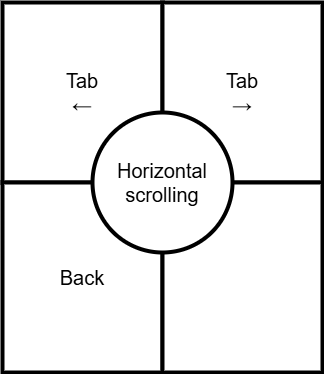
The draw.io diagram img/slimblade_Right_lower.dio.png in saitoperf/autohotkey, before a commit. Source tidied: cells renumbered, new cells last; positions are measured from the earlier drawing's top-left corner, leaving out a move shared by most shapes. Source of this version:
```xml
<mxGraphModel>
  <root>
    <mxCell id="0" />
    <mxCell id="1" parent="0" />
    <mxCell id="2" value="Tab&lt;br&gt;←" style="rounded=0;whiteSpace=wrap;fillColor=light-dark(#FFFFFF,#CC0000);strokeWidth=4;fontSize=20;html=1;" parent="1" vertex="1">
      <mxGeometry width="160" height="180" as="geometry" />
    </mxCell>
    <mxCell id="3" value="Back" style="rounded=0;whiteSpace=wrap;fillColor=light-dark(#FFFFFF,#CC0000);strokeWidth=4;fontSize=20;html=1;" parent="1" vertex="1">
      <mxGeometry y="180" width="160" height="190" as="geometry" />
    </mxCell>
    <mxCell id="4" value="Tab&lt;br&gt;→" style="rounded=0;whiteSpace=wrap;fillColor=light-dark(#FFFFFF,#CC0000);strokeWidth=4;fontSize=20;html=1;" parent="1" vertex="1">
      <mxGeometry x="160" width="160" height="180" as="geometry" />
    </mxCell>
    <mxCell id="5" style="rounded=0;whiteSpace=wrap;fillColor=light-dark(#FFFFFF,#0000FF);strokeWidth=4;fontSize=20;html=1;" parent="1" vertex="1">
      <mxGeometry x="160" y="180" width="160" height="190" as="geometry" />
    </mxCell>
    <mxCell id="6" value="Horizontal&lt;br&gt;scrolling" style="ellipse;whiteSpace=wrap;html=1;strokeWidth=4;fillColor=light-dark(#FFFFFF,#CC0000);fontSize=20;" parent="1" vertex="1">
      <mxGeometry x="90" y="110" width="140" height="140" as="geometry" />
    </mxCell>
  </root>
</mxGraphModel>
```
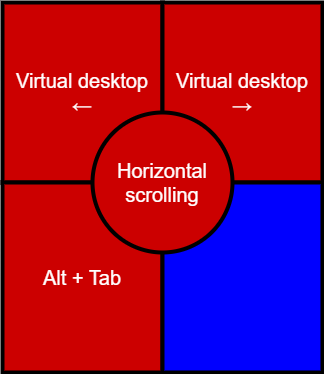
After the change.

The edit, as a diff of the source:
```diff
@@ -2,19 +2,19 @@
   <root>
     <mxCell id="0" />
     <mxCell id="1" parent="0" />
-    <mxCell id="2" value="Tab&lt;br&gt;←" style="rounded=0;whiteSpace=wrap;fillColor=light-dark(#FFFFFF,#CC0000);strokeWidth=4;fontSize=20;html=1;" parent="1" vertex="1">
+    <mxCell id="2" value="Virtual desktop&#10;←" style="rounded=0;whiteSpace=wrap;fillColor=light-dark(#CC0000,#CC0000);strokeWidth=4;fontSize=20;fontColor=#FFFFFF;" parent="1" vertex="1">
       <mxGeometry width="160" height="180" as="geometry" />
     </mxCell>
-    <mxCell id="3" value="Back" style="rounded=0;whiteSpace=wrap;fillColor=light-dark(#FFFFFF,#CC0000);strokeWidth=4;fontSize=20;html=1;" parent="1" vertex="1">
+    <mxCell id="3" value="Alt + Tab" style="rounded=0;whiteSpace=wrap;fillColor=light-dark(#CC0000,#CC0000);strokeWidth=4;fontSize=20;fontColor=#FFFFFF;" parent="1" vertex="1">
       <mxGeometry y="180" width="160" height="190" as="geometry" />
     </mxCell>
-    <mxCell id="4" value="Tab&lt;br&gt;→" style="rounded=0;whiteSpace=wrap;fillColor=light-dark(#FFFFFF,#CC0000);strokeWidth=4;fontSize=20;html=1;" parent="1" vertex="1">
+    <mxCell id="4" value="Virtual desktop&#10;→" style="rounded=0;whiteSpace=wrap;fillColor=light-dark(#CC0000,#CC0000);strokeWidth=4;fontSize=20;fontColor=#FFFFFF;" parent="1" vertex="1">
       <mxGeometry x="160" width="160" height="180" as="geometry" />
     </mxCell>
-    <mxCell id="5" style="rounded=0;whiteSpace=wrap;fillColor=light-dark(#FFFFFF,#0000FF);strokeWidth=4;fontSize=20;html=1;" parent="1" vertex="1">
+    <mxCell id="5" style="rounded=0;whiteSpace=wrap;fillColor=#0000FF;strokeWidth=4;fontSize=20;html=1;" parent="1" vertex="1">
       <mxGeometry x="160" y="180" width="160" height="190" as="geometry" />
     </mxCell>
-    <mxCell id="6" value="Horizontal&lt;br&gt;scrolling" style="ellipse;whiteSpace=wrap;html=1;strokeWidth=4;fillColor=light-dark(#FFFFFF,#CC0000);fontSize=20;" parent="1" vertex="1">
+    <mxCell id="6" value="Horizontal&lt;br&gt;scrolling" style="ellipse;whiteSpace=wrap;html=1;strokeWidth=4;fillColor=light-dark(#CC0000,#CC0000);fontSize=20;fontColor=#FFFFFF;" parent="1" vertex="1">
       <mxGeometry x="90" y="110" width="140" height="140" as="geometry" />
     </mxCell>
   </root>
```
